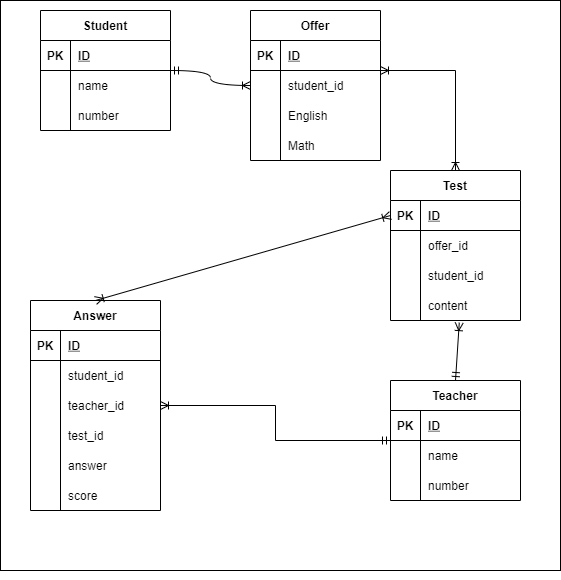
Earlier version of the draw.io export index.drawio.png (florent-chin/DATABASE). Source tidied: cells renumbered, new cells last; positions are measured from the earlier drawing's top-left corner, leaving out a move shared by most shapes.
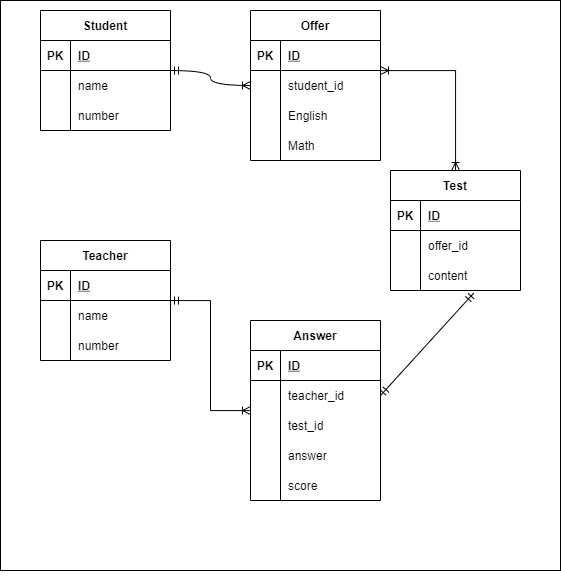
Above is the later version.

Diff of the diagram source:
```diff
@@ -88,7 +88,7 @@
       <mxGeometry relative="1" as="geometry" />
     </mxCell>
     <mxCell id="29" value="Teacher" style="shape=table;startSize=30;rowLines=0;fontStyle=1;align=center;" parent="1" vertex="1">
-      <mxGeometry x="390" y="380" width="130" height="120" as="geometry" />
+      <mxGeometry x="40" y="240" width="130" height="120" as="geometry" />
     </mxCell>
     <mxCell id="30" style="shape=partialRectangle;fillColor=none;top=0;left=0;bottom=1;right=0;" parent="29" vertex="1">
       <mxGeometry y="30" width="130" height="30" as="geometry" />
@@ -118,7 +118,7 @@
       <mxGeometry x="30" width="100" height="30" as="geometry" />
     </mxCell>
     <mxCell id="39" value="Answer" style="shape=table;startSize=30;rowLines=0;fontStyle=1;align=center;" parent="1" vertex="1">
-      <mxGeometry x="30" y="300" width="130" height="210" as="geometry" />
+      <mxGeometry x="250" y="320" width="130" height="180" as="geometry" />
     </mxCell>
     <mxCell id="40" style="shape=partialRectangle;fillColor=none;top=0;left=0;bottom=1;right=0;" parent="39" vertex="1">
       <mxGeometry y="30" width="130" height="30" as="geometry" />
@@ -129,17 +129,8 @@
     <mxCell id="42" value="ID" style="shape=partialRectangle;fillColor=none;top=0;left=0;bottom=0;right=0;align=left;spacingLeft=6;fontStyle=5;overflow=hidden;" parent="40" vertex="1">
       <mxGeometry x="30" width="100" height="30" as="geometry" />
     </mxCell>
-    <mxCell id="43" style="shape=partialRectangle;fillColor=none;top=0;left=0;bottom=0;right=0;" parent="39" vertex="1">
-      <mxGeometry y="60" width="130" height="30" as="geometry" />
-    </mxCell>
-    <mxCell id="44" style="shape=partialRectangle;fillColor=none;top=0;left=0;bottom=0;right=0;overflow=hidden;" parent="43" vertex="1">
-      <mxGeometry width="30" height="30" as="geometry" />
-    </mxCell>
-    <mxCell id="45" value="student_id" style="shape=partialRectangle;fillColor=none;top=0;left=0;bottom=0;right=0;align=left;spacingLeft=6;overflow=hidden;" parent="43" vertex="1">
-      <mxGeometry x="30" width="100" height="30" as="geometry" />
-    </mxCell>
     <mxCell id="46" style="shape=partialRectangle;fillColor=none;top=0;left=0;bottom=0;right=0;points=[[0,0.5],[1,0.5]];portConstraint=eastwest;" parent="39" vertex="1">
-      <mxGeometry y="90" width="130" height="30" as="geometry" />
+      <mxGeometry y="60" width="130" height="30" as="geometry" />
     </mxCell>
     <mxCell id="47" style="shape=partialRectangle;fillColor=none;top=0;left=0;bottom=0;right=0;overflow=hidden;" parent="46" vertex="1">
       <mxGeometry width="30" height="30" as="geometry" />
@@ -148,7 +139,7 @@
       <mxGeometry x="30" width="100" height="30" as="geometry" />
     </mxCell>
     <mxCell id="49" style="shape=partialRectangle;fillColor=none;top=0;left=0;bottom=0;right=0;" parent="39" vertex="1">
-      <mxGeometry y="120" width="130" height="30" as="geometry" />
+      <mxGeometry y="90" width="130" height="30" as="geometry" />
     </mxCell>
     <mxCell id="50" style="shape=partialRectangle;fillColor=none;top=0;left=0;bottom=0;right=0;overflow=hidden;" parent="49" vertex="1">
       <mxGeometry width="30" height="30" as="geometry" />
@@ -157,7 +148,7 @@
       <mxGeometry x="30" width="100" height="30" as="geometry" />
     </mxCell>
     <mxCell id="52" style="shape=partialRectangle;fillColor=none;top=0;left=0;bottom=0;right=0;" parent="39" vertex="1">
-      <mxGeometry y="150" width="130" height="30" as="geometry" />
+      <mxGeometry y="120" width="130" height="30" as="geometry" />
     </mxCell>
     <mxCell id="53" style="shape=partialRectangle;fillColor=none;top=0;left=0;bottom=0;right=0;overflow=hidden;" parent="52" vertex="1">
       <mxGeometry width="30" height="30" as="geometry" />
@@ -166,7 +157,7 @@
       <mxGeometry x="30" width="100" height="30" as="geometry" />
     </mxCell>
     <mxCell id="55" style="shape=partialRectangle;fillColor=none;top=0;left=0;bottom=0;right=0;" parent="39" vertex="1">
-      <mxGeometry y="180" width="130" height="30" as="geometry" />
+      <mxGeometry y="150" width="130" height="30" as="geometry" />
     </mxCell>
     <mxCell id="56" style="shape=partialRectangle;fillColor=none;top=0;left=0;bottom=0;right=0;overflow=hidden;" parent="55" vertex="1">
       <mxGeometry width="30" height="30" as="geometry" />
@@ -175,7 +166,7 @@
       <mxGeometry x="30" width="100" height="30" as="geometry" />
     </mxCell>
     <mxCell id="58" value="Test" style="shape=table;startSize=30;rowLines=0;fontStyle=1;align=center;" parent="1" vertex="1">
-      <mxGeometry x="390" y="170" width="130" height="150" as="geometry" />
+      <mxGeometry x="390" y="170" width="130" height="120" as="geometry" />
     </mxCell>
     <mxCell id="59" style="shape=partialRectangle;fillColor=none;top=0;left=0;bottom=1;right=0;points=[[0,0.5],[1,0.5]];portConstraint=eastwest;" parent="58" vertex="1">
       <mxGeometry y="30" width="130" height="30" as="geometry" />
@@ -195,17 +186,8 @@
     <mxCell id="64" value="offer_id" style="shape=partialRectangle;fillColor=none;top=0;left=0;bottom=0;right=0;align=left;spacingLeft=6;overflow=hidden;" parent="62" vertex="1">
       <mxGeometry x="30" width="100" height="30" as="geometry" />
     </mxCell>
-    <mxCell id="65" style="shape=partialRectangle;fillColor=none;top=0;left=0;bottom=0;right=0;" parent="58" vertex="1">
-      <mxGeometry y="90" width="130" height="30" as="geometry" />
-    </mxCell>
-    <mxCell id="66" style="shape=partialRectangle;fillColor=none;top=0;left=0;bottom=0;right=0;overflow=hidden;" parent="65" vertex="1">
-      <mxGeometry width="30" height="30" as="geometry" />
-    </mxCell>
-    <mxCell id="67" value="student_id" style="shape=partialRectangle;fillColor=none;top=0;left=0;bottom=0;right=0;align=left;spacingLeft=6;overflow=hidden;" parent="65" vertex="1">
-      <mxGeometry x="30" width="100" height="30" as="geometry" />
-    </mxCell>
     <mxCell id="68" style="shape=partialRectangle;fillColor=none;top=0;left=0;bottom=0;right=0;points=[[0,0.5],[1,0.5]];portConstraint=eastwest;" parent="58" vertex="1">
-      <mxGeometry y="120" width="130" height="30" as="geometry" />
+      <mxGeometry y="90" width="130" height="30" as="geometry" />
     </mxCell>
     <mxCell id="69" style="shape=partialRectangle;fillColor=none;top=0;left=0;bottom=0;right=0;overflow=hidden;" parent="68" vertex="1">
       <mxGeometry width="30" height="30" as="geometry" />
@@ -213,14 +195,11 @@
     <mxCell id="70" value="content" style="shape=partialRectangle;fillColor=none;top=0;left=0;bottom=0;right=0;align=left;spacingLeft=6;overflow=hidden;" parent="68" vertex="1">
       <mxGeometry x="30" width="100" height="30" as="geometry" />
     </mxCell>
-    <mxCell id="71" style="endArrow=ERoneToMany;startArrow=ERmandOne;html=1;strokeWidth=1;exitX=0.5;exitY=0;exitDx=0;exitDy=0;startFill=0;endFill=0;entryX=0.529;entryY=1.071;entryDx=0;entryDy=0;entryPerimeter=0;" parent="1" edge="1" source="29" target="68">
-      <mxGeometry relative="1" as="geometry" />
-    </mxCell>
-    <mxCell id="72" style="endArrow=ERoneToMany;startArrow=ERoneToMany;html=1;exitX=0.5;exitY=0;exitDx=0;exitDy=0;entryX=0;entryY=0.5;entryDx=0;entryDy=0;startFill=0;endFill=0;" parent="1" edge="1" source="39" target="59">
-      <mxGeometry relative="1" as="geometry" />
-    </mxCell>
     <mxCell id="73" style="edgeStyle=orthogonalEdgeStyle;rounded=0;orthogonalLoop=1;jettySize=auto;html=1;exitX=0.5;exitY=1;exitDx=0;exitDy=0;startArrow=ERoneToMany;startFill=0;endArrow=ERoneToMany;endFill=0;" parent="1" edge="1" source="2" target="2">
       <mxGeometry relative="1" as="geometry" />
     </mxCell>
+    <mxCell id="74" style="endArrow=ERmandOne;startArrow=ERmandOne;html=1;entryX=0.64;entryY=1.087;entryDx=0;entryDy=0;entryPerimeter=0;exitX=1;exitY=0.5;exitDx=0;exitDy=0;startFill=0;endFill=0;" parent="1" edge="1" source="46" target="68">
+      <mxGeometry relative="1" as="geometry" />
+    </mxCell>
   </root>
 </mxGraphModel>
```
